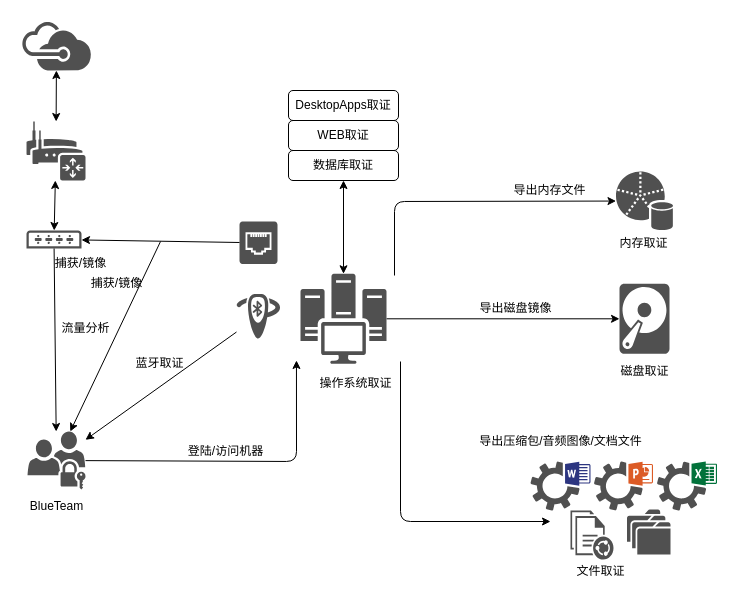
The draw.io diagram assets/img/Security/BlueTeam/取证/3.drawio in ffffffff0x/1earn, before the edit. Source tidied: cells renumbered, new cells numbered last; positions are measured from the earlier drawing's top-left corner, leaving out a move shared by most shapes. Both pictures are drawn from the tidied source at 100%, with x=0, y=0 at pixel (20, 21).
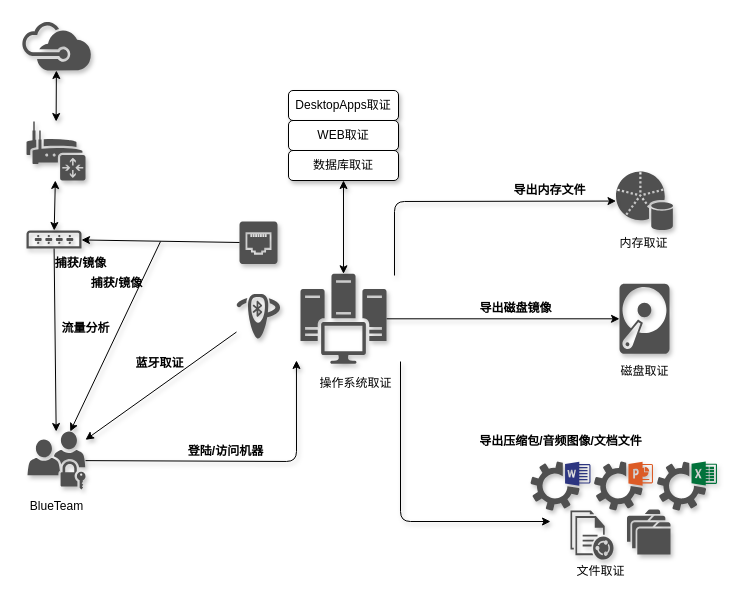
The same diagram, later.

What changed in the source:
```diff
@@
-    <mxCell id="2" style="endArrow=classic;html=1;entryX=-0.047;entryY=0.963;entryDx=0;entryDy=0;entryPerimeter=0;" parent="1" edge="1" source="7" target="6">
+    <mxCell id="2" style="endArrow=classic;html=1;entryX=-0.047;entryY=0.963;entryDx=0;entryDy=0;entryPerimeter=0;shadow=1;" parent="1" edge="1" source="7" target="6">
       <mxGeometry relative="1" as="geometry">
         <Array as="points">
           <mxPoint x="276" y="440" />
         </Array>
       </mxGeometry>
     </mxCell>
-    <mxCell id="3" style="endArrow=classic;html=1;" parent="1" edge="1" source="6" target="11">
+    <mxCell id="3" style="endArrow=classic;html=1;shadow=1;" parent="1" edge="1" source="6" target="11">
       <mxGeometry relative="1" as="geometry" />
     </mxCell>
-    <mxCell id="4" value="磁盘取证" style="text;html=1;align=center;verticalAlign=middle;" parent="1" vertex="1">
+    <mxCell id="4" value="磁盘取证" style="text;html=1;align=center;verticalAlign=middle;shadow=1;" parent="1" vertex="1">
       <mxGeometry x="594" y="340" width="60" height="20" as="geometry" />
     </mxCell>
-    <mxCell id="5" value="操作系统取证" style="text;html=1;align=center;verticalAlign=middle;" parent="1" vertex="1">
+    <mxCell id="5" value="操作系统取证" style="text;html=1;align=center;verticalAlign=middle;shadow=1;" parent="1" vertex="1">
       <mxGeometry x="290" y="352" width="90" height="20" as="geometry" />
     </mxCell>
-    <mxCell id="6" style="shadow=0;dashed=0;html=1;strokeColor=none;fillColor=#505050;labelPosition=center;verticalLabelPosition=bottom;verticalAlign=top;outlineConnect=0;align=center;shape=mxgraph.office.servers.scom;" parent="1" vertex="1">
+    <mxCell id="6" style="shadow=1;dashed=0;html=1;strokeColor=none;fillColor=#505050;labelPosition=center;verticalLabelPosition=bottom;verticalAlign=top;outlineConnect=0;align=center;shape=mxgraph.office.servers.scom;" parent="1" vertex="1">
       <mxGeometry x="280" y="252.3" width="86" height="90" as="geometry" />
     </mxCell>
-    <mxCell id="7" style="shadow=0;dashed=0;html=1;strokeColor=none;fillColor=#505050;labelPosition=center;verticalLabelPosition=bottom;verticalAlign=top;outlineConnect=0;align=center;shape=mxgraph.office.security.universal_security_group;" parent="1" vertex="1">
+    <mxCell id="7" style="shadow=1;dashed=0;html=1;strokeColor=none;fillColor=#505050;labelPosition=center;verticalLabelPosition=bottom;verticalAlign=top;outlineConnect=0;align=center;shape=mxgraph.office.security.universal_security_group;" parent="1" vertex="1">
       <mxGeometry x="7" y="410" width="58" height="58" as="geometry" />
     </mxCell>
-    <mxCell id="8" value="登陆/访问机器" style="text;html=1;align=center;verticalAlign=middle;" parent="1" vertex="1">
+    <mxCell id="8" value="登陆/访问机器" style="text;html=1;align=center;verticalAlign=middle;shadow=1;fontStyle=1;" parent="1" vertex="1">
       <mxGeometry x="160" y="420" width="90" height="20" as="geometry" />
     </mxCell>
-    <mxCell id="9" value="BlueTeam" style="text;html=1;align=center;verticalAlign=middle;" parent="1" vertex="1">
+    <mxCell id="9" value="BlueTeam" style="text;html=1;align=center;verticalAlign=middle;shadow=1;" parent="1" vertex="1">
       <mxGeometry x="0.5" y="475" width="70" height="20" as="geometry" />
     </mxCell>
-    <mxCell id="10" value="导出磁盘镜像" style="text;html=1;align=center;verticalAlign=middle;" parent="1" vertex="1">
+    <mxCell id="10" value="导出磁盘镜像" style="text;html=1;align=center;verticalAlign=middle;shadow=1;fontStyle=1;" parent="1" vertex="1">
       <mxGeometry x="450" y="277.3" width="90" height="20" as="geometry" />
     </mxCell>
-    <mxCell id="11" style="shadow=0;dashed=0;html=1;strokeColor=none;fillColor=#505050;labelPosition=center;verticalLabelPosition=bottom;verticalAlign=top;outlineConnect=0;align=center;shape=mxgraph.office.devices.hard_disk;" parent="1" vertex="1">
+    <mxCell id="11" style="shadow=1;dashed=0;html=1;strokeColor=none;fillColor=#505050;labelPosition=center;verticalLabelPosition=bottom;verticalAlign=top;outlineConnect=0;align=center;shape=mxgraph.office.devices.hard_disk;" parent="1" vertex="1">
       <mxGeometry x="599" y="262.3" width="50" height="70" as="geometry" />
     </mxCell>
-    <mxCell id="12" style="shadow=0;dashed=0;html=1;strokeColor=none;fillColor=#505050;labelPosition=center;verticalLabelPosition=bottom;verticalAlign=top;outlineConnect=0;align=center;shape=mxgraph.office.devices.data_jack;" parent="1" vertex="1">
+    <mxCell id="12" style="shadow=1;dashed=0;html=1;strokeColor=none;fillColor=#505050;labelPosition=center;verticalLabelPosition=bottom;verticalAlign=top;outlineConnect=0;align=center;shape=mxgraph.office.devices.data_jack;" parent="1" vertex="1">
       <mxGeometry x="219" y="200" width="38" height="42.6" as="geometry" />
     </mxCell>
-    <mxCell id="13" value="流量分析" style="text;html=1;align=center;verticalAlign=middle;" parent="1" vertex="1">
+    <mxCell id="13" value="流量分析" style="text;html=1;align=center;verticalAlign=middle;shadow=1;fontStyle=1;" parent="1" vertex="1">
       <mxGeometry x="35" y="297.3" width="60" height="20" as="geometry" />
     </mxCell>
-    <mxCell id="14" style="endArrow=classic;html=1;" parent="1" edge="1" source="12" target="17">
+    <mxCell id="14" style="endArrow=classic;html=1;shadow=1;" parent="1" edge="1" source="12" target="17">
       <mxGeometry relative="1" as="geometry" />
     </mxCell>
-    <mxCell id="15" value="捕获/镜像" style="text;html=1;align=center;verticalAlign=middle;" parent="1" vertex="1">
+    <mxCell id="15" value="捕获/镜像" style="text;html=1;align=center;verticalAlign=middle;shadow=1;fontStyle=1;" parent="1" vertex="1">
       <mxGeometry x="61" y="252.3" width="70" height="20" as="geometry" />
     </mxCell>
-    <mxCell id="16" style="shadow=0;dashed=0;html=1;strokeColor=none;fillColor=#505050;labelPosition=center;verticalLabelPosition=bottom;verticalAlign=top;outlineConnect=0;align=center;shape=mxgraph.office.devices.shadowed_router;" parent="1" vertex="1">
+    <mxCell id="16" style="shadow=1;dashed=0;html=1;strokeColor=none;fillColor=#505050;labelPosition=center;verticalLabelPosition=bottom;verticalAlign=top;outlineConnect=0;align=center;shape=mxgraph.office.devices.shadowed_router;" parent="1" vertex="1">
       <mxGeometry x="6" y="100" width="59" height="59" as="geometry" />
     </mxCell>
-    <mxCell id="17" style="shadow=0;dashed=0;html=1;strokeColor=none;fillColor=#505050;labelPosition=center;verticalLabelPosition=bottom;verticalAlign=top;outlineConnect=0;align=center;shape=mxgraph.office.devices.switch;" parent="1" vertex="1">
+    <mxCell id="17" style="shadow=1;dashed=0;html=1;strokeColor=none;fillColor=#505050;labelPosition=center;verticalLabelPosition=bottom;verticalAlign=top;outlineConnect=0;align=center;shape=mxgraph.office.devices.switch;" parent="1" vertex="1">
       <mxGeometry x="6" y="209" width="55" height="18" as="geometry" />
     </mxCell>
-    <mxCell id="18" style="endArrow=classic;startArrow=classic;html=1;" parent="1" edge="1" source="16" target="17">
+    <mxCell id="18" style="endArrow=classic;startArrow=classic;html=1;shadow=1;" parent="1" edge="1" source="16" target="17">
       <mxGeometry relative="1" as="geometry" />
     </mxCell>
-    <mxCell id="19" style="shadow=0;dashed=0;html=1;strokeColor=none;fillColor=#505050;labelPosition=center;verticalLabelPosition=bottom;outlineConnect=0;verticalAlign=top;align=center;shape=mxgraph.office.clouds.azure;" parent="1" vertex="1">
+    <mxCell id="19" style="shadow=1;dashed=0;html=1;strokeColor=none;fillColor=#505050;labelPosition=center;verticalLabelPosition=bottom;outlineConnect=0;verticalAlign=top;align=center;shape=mxgraph.office.clouds.azure;" parent="1" vertex="1">
       <mxGeometry x="1" width="70" height="49" as="geometry" />
     </mxCell>
-    <mxCell id="20" style="endArrow=classic;startArrow=classic;html=1;" parent="1" edge="1" source="19" target="16">
+    <mxCell id="20" style="endArrow=classic;startArrow=classic;html=1;shadow=1;" parent="1" edge="1" source="19" target="16">
       <mxGeometry relative="1" as="geometry" />
     </mxCell>
-    <mxCell id="21" style="shadow=0;dashed=0;html=1;strokeColor=none;fillColor=#505050;labelPosition=center;verticalLabelPosition=bottom;verticalAlign=top;outlineConnect=0;align=center;shape=mxgraph.office.databases.database_partition_5;" parent="1" vertex="1">
+    <mxCell id="21" style="shadow=1;dashed=0;html=1;strokeColor=none;fillColor=#505050;labelPosition=center;verticalLabelPosition=bottom;verticalAlign=top;outlineConnect=0;align=center;shape=mxgraph.office.databases.database_partition_5;" parent="1" vertex="1">
       <mxGeometry x="595.5" y="150" width="57" height="59" as="geometry" />
     </mxCell>
-    <mxCell id="22" style="endArrow=classic;html=1;" parent="1" edge="1" target="21">
+    <mxCell id="22" style="endArrow=classic;html=1;shadow=1;" parent="1" edge="1" target="21">
       <mxGeometry relative="1" as="geometry">
         <mxPoint x="374" y="254" as="sourcePoint" />
         <Array as="points">
           <mxPoint x="374" y="180" />
         </Array>
       </mxGeometry>
     </mxCell>
-    <mxCell id="23" value="导出内存文件" style="text;html=1;align=center;verticalAlign=middle;" parent="1" vertex="1">
+    <mxCell id="23" value="导出内存文件" style="text;html=1;align=center;verticalAlign=middle;shadow=1;fontStyle=1;" parent="1" vertex="1">
       <mxGeometry x="484" y="159" width="90" height="20" as="geometry" />
     </mxCell>
-    <mxCell id="24" value="内存取证" style="text;html=1;align=center;verticalAlign=middle;" parent="1" vertex="1">
+    <mxCell id="24" value="内存取证" style="text;html=1;align=center;verticalAlign=middle;shadow=1;" parent="1" vertex="1">
       <mxGeometry x="592.5" y="212.3" width="60" height="20" as="geometry" />
     </mxCell>
-    <mxCell id="25" style="shadow=0;dashed=0;html=1;strokeColor=none;fillColor=#505050;labelPosition=center;verticalLabelPosition=bottom;verticalAlign=top;outlineConnect=0;align=center;shape=mxgraph.office.devices.bluetooth;" parent="1" vertex="1">
+    <mxCell id="25" style="shadow=1;dashed=0;html=1;strokeColor=none;fillColor=#505050;labelPosition=center;verticalLabelPosition=bottom;verticalAlign=top;outlineConnect=0;align=center;shape=mxgraph.office.devices.bluetooth;" parent="1" vertex="1">
       <mxGeometry x="216" y="272.3" width="44" height="45" as="geometry" />
     </mxCell>
-    <mxCell id="26" style="endArrow=classic;html=1;" parent="1" edge="1" source="17" target="7">
+    <mxCell id="26" style="endArrow=classic;html=1;shadow=1;" parent="1" edge="1" source="17" target="7">
       <mxGeometry relative="1" as="geometry" />
     </mxCell>
-    <mxCell id="27" value="捕获/镜像" style="text;html=1;align=center;verticalAlign=middle;" parent="1" vertex="1">
+    <mxCell id="27" value="捕获/镜像" style="text;html=1;align=center;verticalAlign=middle;shadow=1;fontStyle=1;" parent="1" vertex="1">
       <mxGeometry x="25" y="232.3" width="70" height="20" as="geometry" />
     </mxCell>
-    <mxCell id="28" style="endArrow=classic;html=1;" parent="1" edge="1" target="7">
+    <mxCell id="28" style="endArrow=classic;html=1;shadow=1;" parent="1" edge="1" target="7">
       <mxGeometry relative="1" as="geometry">
         <mxPoint x="140" y="220" as="sourcePoint" />
       </mxGeometry>
     </mxCell>
-    <mxCell id="29" style="endArrow=classic;html=1;" parent="1" edge="1" source="25" target="7">
+    <mxCell id="29" style="endArrow=classic;html=1;shadow=1;" parent="1" edge="1" source="25" target="7">
       <mxGeometry relative="1" as="geometry" />
     </mxCell>
-    <mxCell id="30" value="蓝牙取证" style="text;html=1;align=center;verticalAlign=middle;" parent="1" vertex="1">
+    <mxCell id="30" value="蓝牙取证" style="text;html=1;align=center;verticalAlign=middle;shadow=1;fontStyle=1;" parent="1" vertex="1">
       <mxGeometry x="109" y="332" width="60" height="20" as="geometry" />
     </mxCell>
-    <mxCell id="31" style="shadow=0;dashed=0;html=1;strokeColor=none;fillColor=#505050;labelPosition=center;verticalLabelPosition=bottom;verticalAlign=top;align=center;shape=mxgraph.office.concepts.folders;" parent="1" vertex="1">
+    <mxCell id="31" style="shadow=1;dashed=0;html=1;strokeColor=none;fillColor=#505050;labelPosition=center;verticalLabelPosition=bottom;verticalAlign=top;align=center;shape=mxgraph.office.concepts.folders;" parent="1" vertex="1">
       <mxGeometry x="606.5" y="488" width="43.5" height="45" as="geometry" />
     </mxCell>
-    <mxCell id="32" style="shadow=0;dashed=0;html=1;strokeColor=none;fillColor=#505050;labelPosition=center;verticalLabelPosition=bottom;verticalAlign=top;align=center;shape=mxgraph.office.concepts.documents_shared;" parent="1" vertex="1">
+    <mxCell id="32" style="shadow=1;dashed=0;html=1;strokeColor=none;fillColor=#505050;labelPosition=center;verticalLabelPosition=bottom;verticalAlign=top;align=center;shape=mxgraph.office.concepts.documents_shared;" parent="1" vertex="1">
       <mxGeometry x="550" y="489" width="43" height="49" as="geometry" />
     </mxCell>
-    <mxCell id="33" style="shadow=0;dashed=0;html=1;strokeColor=none;fillColor=#505050;labelPosition=center;verticalLabelPosition=bottom;verticalAlign=top;align=center;shape=mxgraph.office.sites.excel_services;" parent="1" vertex="1">
+    <mxCell id="33" style="shadow=1;dashed=0;html=1;strokeColor=none;fillColor=#505050;labelPosition=center;verticalLabelPosition=bottom;verticalAlign=top;align=center;shape=mxgraph.office.sites.excel_services;" parent="1" vertex="1">
       <mxGeometry x="636.5" y="440" width="60" height="49" as="geometry" />
     </mxCell>
-    <mxCell id="34" style="shadow=0;dashed=0;html=1;strokeColor=none;fillColor=#505050;labelPosition=center;verticalLabelPosition=bottom;verticalAlign=top;align=center;shape=mxgraph.office.services.powerpoint_automation_services;" parent="1" vertex="1">
+    <mxCell id="34" style="shadow=1;dashed=0;html=1;strokeColor=none;fillColor=#505050;labelPosition=center;verticalLabelPosition=bottom;verticalAlign=top;align=center;shape=mxgraph.office.services.powerpoint_automation_services;" parent="1" vertex="1">
       <mxGeometry x="573.5" y="440" width="59" height="49" as="geometry" />
     </mxCell>
-    <mxCell id="35" style="shadow=0;dashed=0;html=1;strokeColor=none;fillColor=#505050;labelPosition=center;verticalLabelPosition=bottom;verticalAlign=top;align=center;shape=mxgraph.office.services.word_automation_services;" parent="1" vertex="1">
+    <mxCell id="35" style="shadow=1;dashed=0;html=1;strokeColor=none;fillColor=#505050;labelPosition=center;verticalLabelPosition=bottom;verticalAlign=top;align=center;shape=mxgraph.office.services.word_automation_services;" parent="1" vertex="1">
       <mxGeometry x="510" y="440" width="60" height="49" as="geometry" />
     </mxCell>
-    <mxCell id="36" style="endArrow=classic;html=1;" parent="1" edge="1">
+    <mxCell id="36" style="endArrow=classic;html=1;shadow=1;" parent="1" edge="1">
       <mxGeometry relative="1" as="geometry">
         <mxPoint x="380" y="340" as="sourcePoint" />
         <mxPoint x="530" y="500" as="targetPoint" />
         <Array as="points">
           <mxPoint x="380" y="500" />
         </Array>
       </mxGeometry>
     </mxCell>
-    <mxCell id="37" value="导出压缩包/音频图像/文档文件" style="text;html=1;align=center;verticalAlign=middle;" parent="1" vertex="1">
+    <mxCell id="37" value="导出压缩包/音频图像/文档文件" style="text;html=1;align=center;verticalAlign=middle;shadow=1;fontStyle=1;" parent="1" vertex="1">
       <mxGeometry x="450" y="410" width="180" height="20" as="geometry" />
     </mxCell>
-    <mxCell id="38" value="文件取证" style="text;html=1;align=center;verticalAlign=middle;" parent="1" vertex="1">
+    <mxCell id="38" value="文件取证" style="text;html=1;align=center;verticalAlign=middle;shadow=1;" parent="1" vertex="1">
       <mxGeometry x="550" y="540" width="60" height="20" as="geometry" />
     </mxCell>
-    <mxCell id="39" value="DesktopApps取证" style="rounded=1;whiteSpace=wrap;html=1;" parent="1" vertex="1">
+    <mxCell id="39" value="DesktopApps取证" style="rounded=1;whiteSpace=wrap;html=1;shadow=1;" parent="1" vertex="1">
       <mxGeometry x="268" y="69" width="110" height="30" as="geometry" />
     </mxCell>
-    <mxCell id="40" value="WEB取证" style="rounded=1;whiteSpace=wrap;html=1;" parent="1" vertex="1">
+    <mxCell id="40" value="WEB取证" style="rounded=1;whiteSpace=wrap;html=1;shadow=1;" parent="1" vertex="1">
       <mxGeometry x="268" y="99" width="110" height="30" as="geometry" />
     </mxCell>
-    <mxCell id="41" value="数据库取证" style="rounded=1;whiteSpace=wrap;html=1;" parent="1" vertex="1">
+    <mxCell id="41" value="数据库取证" style="rounded=1;whiteSpace=wrap;html=1;shadow=1;" parent="1" vertex="1">
       <mxGeometry x="268" y="129" width="110" height="30" as="geometry" />
     </mxCell>
-    <mxCell id="42" style="endArrow=classic;startArrow=classic;html=1;entryX=0.5;entryY=1;entryDx=0;entryDy=0;" parent="1" edge="1" source="6" target="41">
+    <mxCell id="42" style="endArrow=classic;startArrow=classic;html=1;entryX=0.5;entryY=1;entryDx=0;entryDy=0;shadow=1;" parent="1" edge="1" source="6" target="41">
       <mxGeometry relative="1" as="geometry" />
     </mxCell>
```
